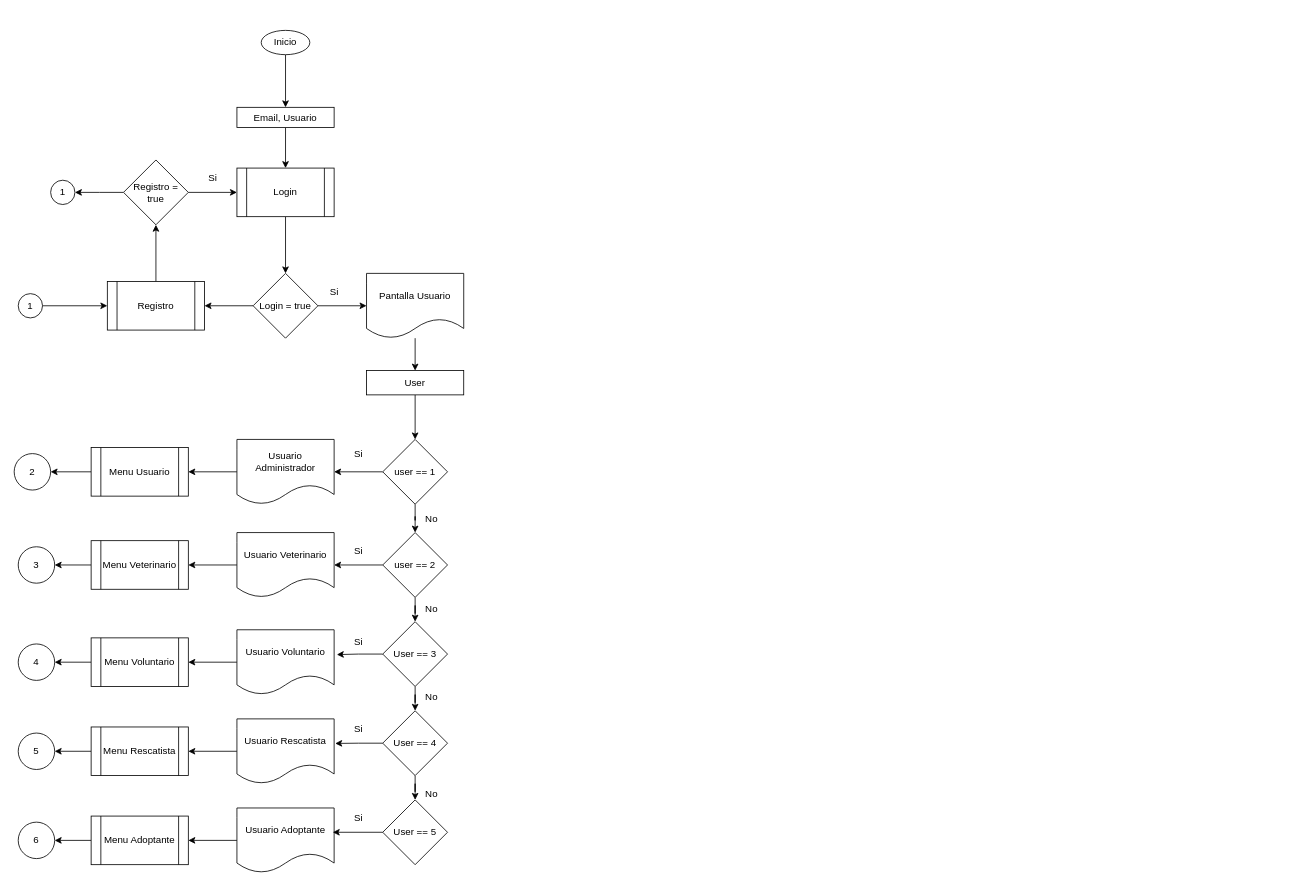
The draw.io diagram page "Diagrama_Flujo_AdminPets_General" (1 of 2) of AdminPets.drawio in JlchavezG/AdminPets, before the edit. Source tidied: cells renumbered, new cells numbered last; positions are measured from the earlier drawing's top-left corner, leaving out a move shared by most shapes. Both pictures are drawn from the tidied source at 81%, with x=0, y=0 at pixel (14, 30).
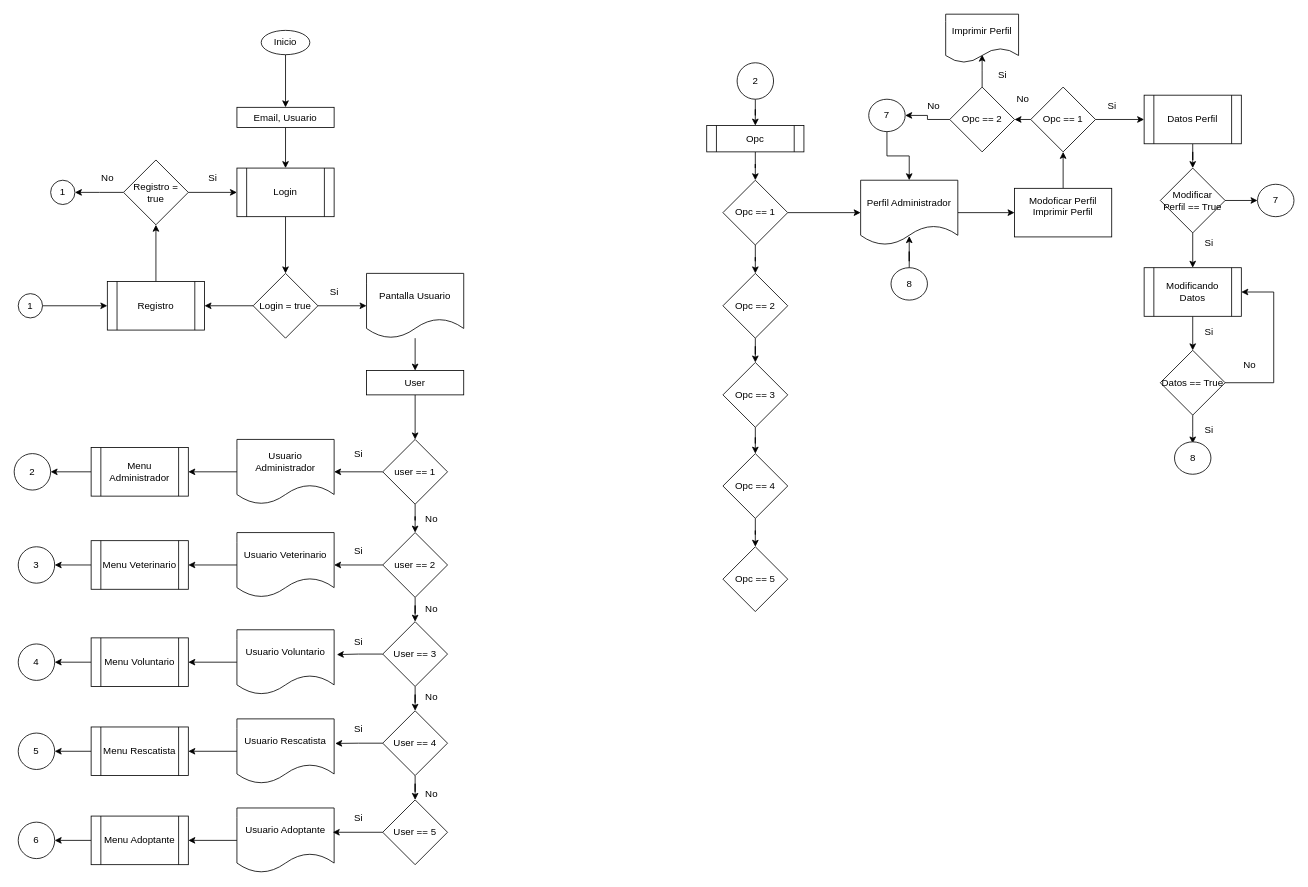
The same page after the edit.

Diff of the diagram source:
```diff
@@
-    <mxCell id="59" value="Menu Usuario" style="shape=process;whiteSpace=wrap;html=1;backgroundOutline=1;" parent="1" vertex="1">
+    <mxCell id="59" value="Menu Administrador" style="shape=process;whiteSpace=wrap;html=1;backgroundOutline=1;" parent="1" vertex="1">
       <mxGeometry x="95" y="515" width="120" height="60" as="geometry" />
     </mxCell>
@@
+    <mxCell id="73" value="No" style="text;html=1;align=center;verticalAlign=middle;strokeColor=none;fillColor=none;" parent="1" vertex="1">
+      <mxGeometry x="95" y="168" width="40" height="30" as="geometry" />
+    </mxCell>
+    <mxCell id="74" style="edgeStyle=orthogonalEdgeStyle;rounded=0;jettySize=auto;html=1;" parent="1" edge="1" source="75" target="77">
+      <mxGeometry relative="1" as="geometry" />
+    </mxCell>
+    <mxCell id="75" value="2" style="ellipse;whiteSpace=wrap;html=1;" parent="1" vertex="1">
+      <mxGeometry x="892.5" y="40" width="45" height="45" as="geometry" />
+    </mxCell>
+    <mxCell id="76" style="edgeStyle=orthogonalEdgeStyle;rounded=0;jettySize=auto;html=1;" parent="1" edge="1" source="77" target="80">
+      <mxGeometry relative="1" as="geometry" />
+    </mxCell>
+    <mxCell id="77" value="Opc" style="shape=process;whiteSpace=wrap;html=1;backgroundOutline=1;" parent="1" vertex="1">
+      <mxGeometry x="855" y="117.5" width="120" height="32.5" as="geometry" />
+    </mxCell>
+    <mxCell id="78" style="edgeStyle=orthogonalEdgeStyle;rounded=0;jettySize=auto;html=1;entryX=0.5;entryY=0;entryDx=0;entryDy=0;" parent="1" edge="1" source="80" target="82">
+      <mxGeometry relative="1" as="geometry" />
+    </mxCell>
+    <mxCell id="79" style="edgeStyle=orthogonalEdgeStyle;rounded=0;jettySize=auto;html=1;exitX=1;exitY=0.5;exitDx=0;exitDy=0;entryX=0;entryY=0.5;entryDx=0;entryDy=0;" parent="1" edge="1" source="80" target="89">
+      <mxGeometry relative="1" as="geometry" />
+    </mxCell>
+    <mxCell id="80" value="Opc == 1" style="rhombus;whiteSpace=wrap;html=1;" parent="1" vertex="1">
+      <mxGeometry x="875" y="185" width="80" height="80" as="geometry" />
+    </mxCell>
+    <mxCell id="81" style="edgeStyle=orthogonalEdgeStyle;rounded=0;jettySize=auto;html=1;entryX=0.5;entryY=0;entryDx=0;entryDy=0;" parent="1" edge="1" source="82" target="84">
+      <mxGeometry relative="1" as="geometry" />
+    </mxCell>
+    <mxCell id="82" value="Opc == 2" style="rhombus;whiteSpace=wrap;html=1;" parent="1" vertex="1">
+      <mxGeometry x="875" y="300" width="80" height="80" as="geometry" />
+    </mxCell>
+    <mxCell id="83" style="edgeStyle=orthogonalEdgeStyle;rounded=0;jettySize=auto;html=1;entryX=0.5;entryY=0;entryDx=0;entryDy=0;" parent="1" edge="1" source="84" target="86">
+      <mxGeometry relative="1" as="geometry" />
+    </mxCell>
+    <mxCell id="84" value="Opc == 3" style="rhombus;whiteSpace=wrap;html=1;" parent="1" vertex="1">
+      <mxGeometry x="875" y="410" width="80" height="80" as="geometry" />
+    </mxCell>
+    <mxCell id="85" style="edgeStyle=orthogonalEdgeStyle;rounded=0;jettySize=auto;html=1;entryX=0.5;entryY=0;entryDx=0;entryDy=0;" parent="1" edge="1" source="86" target="87">
+      <mxGeometry relative="1" as="geometry" />
+    </mxCell>
+    <mxCell id="86" value="Opc == 4" style="rhombus;whiteSpace=wrap;html=1;" parent="1" vertex="1">
+      <mxGeometry x="875" y="522.5" width="80" height="80" as="geometry" />
+    </mxCell>
+    <mxCell id="87" value="Opc == 5" style="rhombus;whiteSpace=wrap;html=1;" parent="1" vertex="1">
+      <mxGeometry x="875" y="637.5" width="80" height="80" as="geometry" />
+    </mxCell>
+    <mxCell id="88" style="edgeStyle=orthogonalEdgeStyle;rounded=0;jettySize=auto;html=1;" parent="1" edge="1" source="89" target="91">
+      <mxGeometry relative="1" as="geometry" />
+    </mxCell>
+    <mxCell id="89" value="Perfil Administrador" style="shape=document;whiteSpace=wrap;html=1;boundedLbl=1;" parent="1" vertex="1">
+      <mxGeometry x="1045" y="185" width="120" height="80" as="geometry" />
+    </mxCell>
+    <mxCell id="90" style="edgeStyle=orthogonalEdgeStyle;rounded=0;jettySize=auto;html=1;" parent="1" edge="1" source="91" target="94">
+      <mxGeometry relative="1" as="geometry" />
+    </mxCell>
+    <mxCell id="91" value="Modoficar Perfil&lt;div&gt;Imprimir Perfil&lt;br&gt;&lt;div&gt;&lt;br&gt;&lt;/div&gt;&lt;/div&gt;" style="whiteSpace=wrap;html=1;" parent="1" vertex="1">
+      <mxGeometry x="1235" y="195" width="120" height="60" as="geometry" />
+    </mxCell>
+    <mxCell id="92" style="edgeStyle=orthogonalEdgeStyle;rounded=0;jettySize=auto;html=1;" parent="1" edge="1" source="94" target="96">
+      <mxGeometry relative="1" as="geometry" />
+    </mxCell>
+    <mxCell id="93" style="edgeStyle=orthogonalEdgeStyle;rounded=0;jettySize=auto;html=1;exitX=0;exitY=0.5;exitDx=0;exitDy=0;entryX=1;entryY=0.5;entryDx=0;entryDy=0;" parent="1" edge="1" source="94" target="113">
+      <mxGeometry relative="1" as="geometry" />
+    </mxCell>
+    <mxCell id="94" value="Opc == 1" style="rhombus;whiteSpace=wrap;html=1;" parent="1" vertex="1">
+      <mxGeometry x="1255" y="70" width="80" height="80" as="geometry" />
+    </mxCell>
+    <mxCell id="95" style="edgeStyle=orthogonalEdgeStyle;rounded=0;jettySize=auto;html=1;" parent="1" edge="1" source="96" target="99">
+      <mxGeometry relative="1" as="geometry" />
+    </mxCell>
+    <mxCell id="96" value="Datos Perfil" style="shape=process;whiteSpace=wrap;html=1;backgroundOutline=1;" parent="1" vertex="1">
+      <mxGeometry x="1395" y="80" width="120" height="60" as="geometry" />
+    </mxCell>
+    <mxCell id="97" style="edgeStyle=orthogonalEdgeStyle;rounded=0;jettySize=auto;html=1;" parent="1" edge="1" source="99" target="101">
+      <mxGeometry relative="1" as="geometry" />
+    </mxCell>
+    <mxCell id="98" style="edgeStyle=orthogonalEdgeStyle;rounded=0;jettySize=auto;html=1;entryX=0;entryY=0.5;entryDx=0;entryDy=0;" parent="1" edge="1" source="99" target="108">
+      <mxGeometry relative="1" as="geometry" />
+    </mxCell>
+    <mxCell id="99" value="Modificar Perfil == True" style="rhombus;whiteSpace=wrap;html=1;" parent="1" vertex="1">
+      <mxGeometry x="1415" y="170" width="80" height="80" as="geometry" />
+    </mxCell>
+    <mxCell id="100" style="edgeStyle=orthogonalEdgeStyle;rounded=0;jettySize=auto;html=1;" parent="1" edge="1" source="101" target="104">
+      <mxGeometry relative="1" as="geometry" />
+    </mxCell>
+    <mxCell id="101" value="Modificando Datos" style="shape=process;whiteSpace=wrap;html=1;backgroundOutline=1;" parent="1" vertex="1">
+      <mxGeometry x="1395" y="293" width="120" height="60" as="geometry" />
+    </mxCell>
+    <mxCell id="102" style="edgeStyle=orthogonalEdgeStyle;rounded=0;jettySize=auto;html=1;" parent="1" edge="1" source="104">
+      <mxGeometry relative="1" as="geometry">
+        <mxPoint x="1455" y="510" as="targetPoint" />
+      </mxGeometry>
+    </mxCell>
+    <mxCell id="103" style="edgeStyle=orthogonalEdgeStyle;rounded=0;jettySize=auto;html=1;entryX=1;entryY=0.5;entryDx=0;entryDy=0;exitX=1;exitY=0.5;exitDx=0;exitDy=0;" parent="1" edge="1" source="104" target="101">
+      <mxGeometry relative="1" as="geometry">
+        <Array as="points">
+          <mxPoint x="1555" y="435" />
+          <mxPoint x="1555" y="323" />
+        </Array>
+      </mxGeometry>
+    </mxCell>
+    <mxCell id="104" value="Datos == True" style="rhombus;whiteSpace=wrap;html=1;" parent="1" vertex="1">
+      <mxGeometry x="1415" y="395" width="80" height="80" as="geometry" />
+    </mxCell>
+    <mxCell id="105" value="Si" style="text;html=1;align=center;verticalAlign=middle;strokeColor=none;fillColor=none;" parent="1" vertex="1">
+      <mxGeometry x="1460" y="358" width="30" height="30" as="geometry" />
+    </mxCell>
+    <mxCell id="106" value="Si" style="text;html=1;align=center;verticalAlign=middle;strokeColor=none;fillColor=none;" parent="1" vertex="1">
+      <mxGeometry x="1460" y="248" width="30" height="30" as="geometry" />
+    </mxCell>
+    <mxCell id="107" value="Si" style="text;html=1;align=center;verticalAlign=middle;strokeColor=none;fillColor=none;" parent="1" vertex="1">
+      <mxGeometry x="1340" y="78" width="30" height="30" as="geometry" />
+    </mxCell>
+    <mxCell id="108" value="7" style="ellipse;whiteSpace=wrap;html=1;" parent="1" vertex="1">
+      <mxGeometry x="1535" y="190" width="45" height="40" as="geometry" />
+    </mxCell>
+    <mxCell id="109" style="edgeStyle=orthogonalEdgeStyle;rounded=0;jettySize=auto;html=1;entryX=0.5;entryY=0;entryDx=0;entryDy=0;" parent="1" edge="1" source="110" target="89">
+      <mxGeometry relative="1" as="geometry" />
+    </mxCell>
+    <mxCell id="110" value="7" style="ellipse;whiteSpace=wrap;html=1;" parent="1" vertex="1">
+      <mxGeometry x="1055" y="85" width="45" height="40" as="geometry" />
+    </mxCell>
+    <mxCell id="111" style="edgeStyle=orthogonalEdgeStyle;rounded=0;jettySize=auto;html=1;exitX=0.5;exitY=0;exitDx=0;exitDy=0;" parent="1" edge="1" source="113">
+      <mxGeometry relative="1" as="geometry">
+        <mxPoint x="1195" y="30" as="targetPoint" />
+      </mxGeometry>
+    </mxCell>
+    <mxCell id="112" style="edgeStyle=orthogonalEdgeStyle;rounded=0;jettySize=auto;html=1;entryX=1;entryY=0.5;entryDx=0;entryDy=0;" parent="1" edge="1" source="113" target="110">
+      <mxGeometry relative="1" as="geometry" />
+    </mxCell>
+    <mxCell id="113" value="Opc == 2" style="rhombus;whiteSpace=wrap;html=1;" parent="1" vertex="1">
+      <mxGeometry x="1155" y="70" width="80" height="80" as="geometry" />
+    </mxCell>
+    <mxCell id="114" value="No" style="text;html=1;align=center;verticalAlign=middle;strokeColor=none;fillColor=none;" parent="1" vertex="1">
+      <mxGeometry x="1225" y="70" width="40" height="30" as="geometry" />
+    </mxCell>
+    <mxCell id="115" value="Si" style="text;html=1;align=center;verticalAlign=middle;strokeColor=none;fillColor=none;" parent="1" vertex="1">
+      <mxGeometry x="1205" y="40" width="30" height="30" as="geometry" />
+    </mxCell>
+    <mxCell id="116" value="Imprimir Perfil" style="shape=document;whiteSpace=wrap;html=1;boundedLbl=1;" parent="1" vertex="1">
+      <mxGeometry x="1150" y="-20" width="90" height="60" as="geometry" />
+    </mxCell>
+    <mxCell id="117" value="No" style="text;html=1;align=center;verticalAlign=middle;strokeColor=none;fillColor=none;" parent="1" vertex="1">
+      <mxGeometry x="1115" y="78" width="40" height="30" as="geometry" />
+    </mxCell>
+    <mxCell id="118" value="Si" style="text;html=1;align=center;verticalAlign=middle;strokeColor=none;fillColor=none;" parent="1" vertex="1">
+      <mxGeometry x="1460" y="478" width="30" height="30" as="geometry" />
+    </mxCell>
+    <mxCell id="119" value="8" style="ellipse;whiteSpace=wrap;html=1;" parent="1" vertex="1">
+      <mxGeometry x="1432.5" y="508" width="45" height="40" as="geometry" />
+    </mxCell>
+    <mxCell id="120" value="8" style="ellipse;whiteSpace=wrap;html=1;" parent="1" vertex="1">
+      <mxGeometry x="1082.5" y="293" width="45" height="40" as="geometry" />
+    </mxCell>
+    <mxCell id="121" style="edgeStyle=orthogonalEdgeStyle;rounded=0;jettySize=auto;html=1;entryX=0.5;entryY=0.863;entryDx=0;entryDy=0;entryPerimeter=0;" parent="1" edge="1" source="120" target="89">
+      <mxGeometry relative="1" as="geometry" />
+    </mxCell>
+    <mxCell id="122" value="No" style="text;html=1;align=center;verticalAlign=middle;strokeColor=none;fillColor=none;" parent="1" vertex="1">
+      <mxGeometry x="1505" y="398" width="40" height="30" as="geometry" />
+    </mxCell>
```
